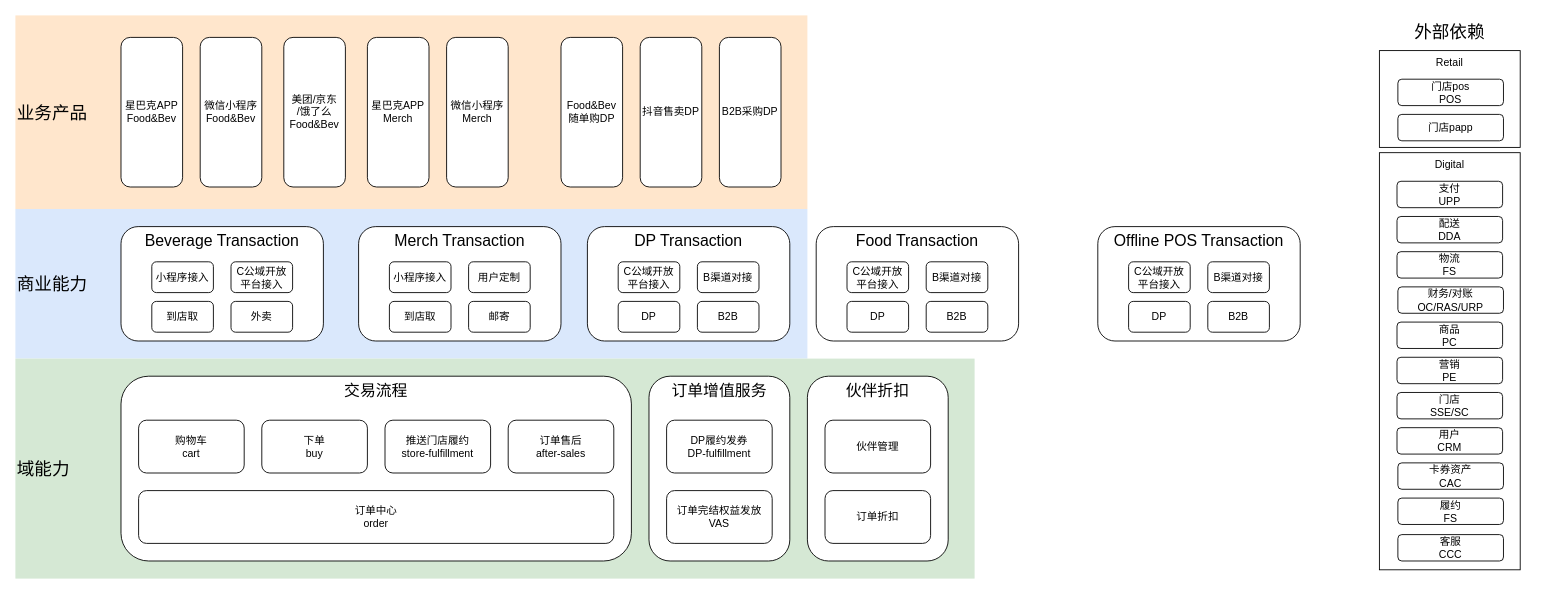
The draw.io diagram page "目标技术架构" (2 of 4) of OMS2.0业务架构.drawio in alexzhang2015/PC2.0, before the edit. Source tidied: cells renumbered, new cells numbered last; positions are measured from the earlier drawing's top-left corner, leaving out a move shared by most shapes. Both pictures are drawn from the tidied source at 88%, with x=0, y=0 at pixel (15, 15).
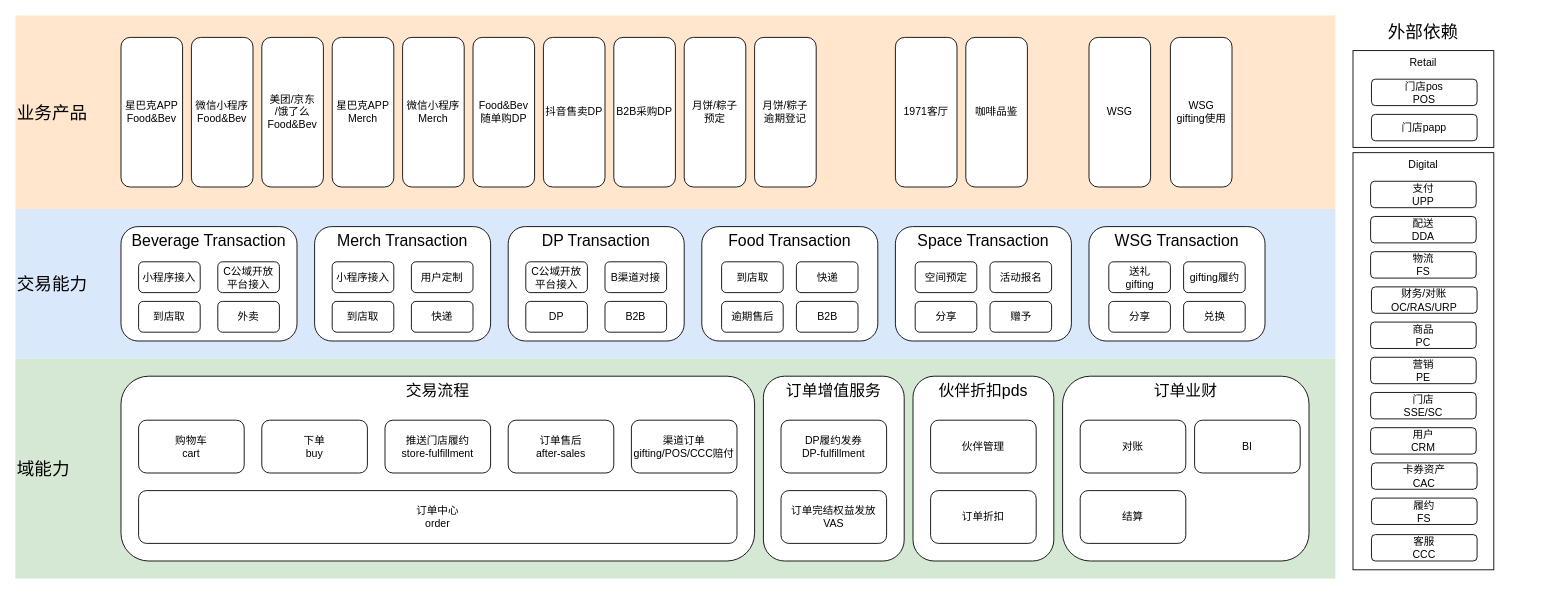
After the change.

Commit message:
更新OMS2.0业务架构.drawio

What changed in the source:
```diff
@@
     <mxCell id="2" value="外部依赖" style="rounded=0;whiteSpace=wrap;html=1;align=center;fontSize=20;verticalAlign=top;strokeColor=none;" parent="1" vertex="1">
-      <mxGeometry x="1530" width="200" height="640" as="geometry" />
+      <mxGeometry x="1500" width="200" height="640" as="geometry" />
     </mxCell>
     <mxCell id="3" value="Digital" style="rounded=0;whiteSpace=wrap;html=1;verticalAlign=top;" parent="1" vertex="1">
-      <mxGeometry x="1550" y="156" width="160" height="474" as="geometry" />
+      <mxGeometry x="1520" y="156" width="160" height="474" as="geometry" />
     </mxCell>
     <mxCell id="4" value="业务产品" style="rounded=0;whiteSpace=wrap;html=1;align=left;strokeColor=none;fillColor=#ffe6cc;fontSize=20;" parent="1" vertex="1">
-      <mxGeometry width="900" height="220" as="geometry" />
+      <mxGeometry width="1500" height="220" as="geometry" />
     </mxCell>
-    <mxCell id="5" value="商业能力" style="rounded=0;whiteSpace=wrap;html=1;align=left;strokeColor=none;fillColor=#dae8fc;fontSize=20;" parent="1" vertex="1">
-      <mxGeometry y="220" width="900" height="170" as="geometry" />
+    <mxCell id="5" value="交易能力" style="rounded=0;whiteSpace=wrap;html=1;align=left;strokeColor=none;fillColor=#dae8fc;fontSize=20;" parent="1" vertex="1">
+      <mxGeometry y="220" width="1500" height="170" as="geometry" />
     </mxCell>
     <mxCell id="6" value="域能力" style="rounded=0;whiteSpace=wrap;html=1;align=left;strokeColor=none;fillColor=#d5e8d4;fontSize=20;" parent="1" vertex="1">
-      <mxGeometry y="390" width="1090" height="250" as="geometry" />
+      <mxGeometry y="390" width="1500" height="250" as="geometry" />
     </mxCell>
     <mxCell id="7" value="&lt;font style=&quot;font-size: 18px;&quot;&gt;交易流程&lt;/font&gt;" style="rounded=1;whiteSpace=wrap;html=1;verticalAlign=top;" parent="1" vertex="1">
-      <mxGeometry x="120" y="410" width="580" height="210" as="geometry" />
+      <mxGeometry x="120" y="410" width="720" height="210" as="geometry" />
     </mxCell>
@@
     <mxCell id="11" value="&lt;font style=&quot;font-size: 18px;&quot;&gt;订单增值服务&lt;/font&gt;" style="rounded=1;whiteSpace=wrap;html=1;verticalAlign=top;" parent="1" vertex="1">
-      <mxGeometry x="720" y="410" width="160" height="210" as="geometry" />
+      <mxGeometry x="850" y="410" width="160" height="210" as="geometry" />
     </mxCell>
@@
     <mxCell id="13" value="订单中心&lt;div&gt;order&lt;/div&gt;" style="rounded=1;whiteSpace=wrap;html=1;" parent="1" vertex="1">
-      <mxGeometry x="140" y="540" width="540" height="60" as="geometry" />
+      <mxGeometry x="140" y="540" width="680" height="60" as="geometry" />
     </mxCell>
     <mxCell id="14" value="DP Transaction" style="rounded=1;whiteSpace=wrap;html=1;verticalAlign=top;fontSize=18;" parent="1" vertex="1">
-      <mxGeometry x="650" y="240" width="230" height="130" as="geometry" />
+      <mxGeometry x="560" y="240" width="200" height="130" as="geometry" />
     </mxCell>
     <mxCell id="15" value="&lt;div&gt;订单完结权益发放&lt;/div&gt;&lt;div&gt;VAS&lt;/div&gt;" style="rounded=1;whiteSpace=wrap;html=1;" parent="1" vertex="1">
-      <mxGeometry x="740" y="540" width="120" height="60" as="geometry" />
+      <mxGeometry x="870" y="540" width="120" height="60" as="geometry" />
     </mxCell>
     <mxCell id="16" value="DP履约发券&lt;div&gt;DP-fulfillment&lt;/div&gt;" style="rounded=1;whiteSpace=wrap;html=1;" parent="1" vertex="1">
-      <mxGeometry x="740" y="460" width="120" height="60" as="geometry" />
+      <mxGeometry x="870" y="460" width="120" height="60" as="geometry" />
     </mxCell>
     <mxCell id="17" value="Merch Transaction" style="rounded=1;whiteSpace=wrap;html=1;verticalAlign=top;fontSize=18;" parent="1" vertex="1">
-      <mxGeometry x="390" y="240" width="230" height="130" as="geometry" />
+      <mxGeometry x="340" y="240" width="200" height="130" as="geometry" />
     </mxCell>
     <mxCell id="18" value="&lt;font style=&quot;font-size: 18px;&quot;&gt;Beverage Transaction&lt;/font&gt;" style="rounded=1;whiteSpace=wrap;html=1;verticalAlign=top;" parent="1" vertex="1">
-      <mxGeometry x="120" y="240" width="230" height="130" as="geometry" />
+      <mxGeometry x="120" y="240" width="200" height="130" as="geometry" />
     </mxCell>
@@
     <mxCell id="20" value="微信小程序&lt;div&gt;Food&amp;amp;Bev&lt;/div&gt;" style="rounded=1;whiteSpace=wrap;html=1;" parent="1" vertex="1">
-      <mxGeometry x="210" y="25" width="70" height="170" as="geometry" />
+      <mxGeometry x="200" y="25" width="70" height="170" as="geometry" />
     </mxCell>
     <mxCell id="21" value="美团/京东&lt;div&gt;/&lt;span style=&quot;background-color: initial;&quot;&gt;饿了么&lt;/span&gt;&lt;div&gt;Food&amp;amp;Bev&lt;/div&gt;&lt;/div&gt;" style="rounded=1;whiteSpace=wrap;html=1;" parent="1" vertex="1">
-      <mxGeometry x="305" y="25" width="70" height="170" as="geometry" />
+      <mxGeometry x="280" y="25" width="70" height="170" as="geometry" />
     </mxCell>
     <mxCell id="22" value="星巴克APP&lt;div&gt;Merch&lt;/div&gt;" style="rounded=1;whiteSpace=wrap;html=1;" parent="1" vertex="1">
-      <mxGeometry x="400" y="25" width="70" height="170" as="geometry" />
+      <mxGeometry x="360" y="25" width="70" height="170" as="geometry" />
     </mxCell>
     <mxCell id="23" value="小程序接入" style="rounded=1;whiteSpace=wrap;html=1;" parent="1" vertex="1">
-      <mxGeometry x="155" y="280" width="70" height="35" as="geometry" />
+      <mxGeometry x="140" y="280" width="70" height="35" as="geometry" />
     </mxCell>
     <mxCell id="24" value="到店取" style="rounded=1;whiteSpace=wrap;html=1;" parent="1" vertex="1">
-      <mxGeometry x="155" y="325" width="70" height="35" as="geometry" />
+      <mxGeometry x="140" y="325" width="70" height="35" as="geometry" />
     </mxCell>
     <mxCell id="25" value="C公域开放平台接入" style="rounded=1;whiteSpace=wrap;html=1;" parent="1" vertex="1">
-      <mxGeometry x="245" y="280" width="70" height="35" as="geometry" />
+      <mxGeometry x="230" y="280" width="70" height="35" as="geometry" />
     </mxCell>
     <mxCell id="26" value="外卖" style="rounded=1;whiteSpace=wrap;html=1;" parent="1" vertex="1">
-      <mxGeometry x="245" y="325" width="70" height="35" as="geometry" />
+      <mxGeometry x="230" y="325" width="70" height="35" as="geometry" />
     </mxCell>
     <mxCell id="27" value="小程序接入" style="rounded=1;whiteSpace=wrap;html=1;" parent="1" vertex="1">
-      <mxGeometry x="425" y="280" width="70" height="35" as="geometry" />
+      <mxGeometry x="360" y="280" width="70" height="35" as="geometry" />
     </mxCell>
     <mxCell id="28" value="到店取" style="rounded=1;whiteSpace=wrap;html=1;" parent="1" vertex="1">
-      <mxGeometry x="425" y="325" width="70" height="35" as="geometry" />
+      <mxGeometry x="360" y="325" width="70" height="35" as="geometry" />
     </mxCell>
     <mxCell id="29" value="用户定制" style="rounded=1;whiteSpace=wrap;html=1;" parent="1" vertex="1">
-      <mxGeometry x="515" y="280" width="70" height="35" as="geometry" />
+      <mxGeometry x="450" y="280" width="70" height="35" as="geometry" />
     </mxCell>
-    <mxCell id="30" value="邮寄" style="rounded=1;whiteSpace=wrap;html=1;" parent="1" vertex="1">
-      <mxGeometry x="515" y="325" width="70" height="35" as="geometry" />
+    <mxCell id="30" value="快递" style="rounded=1;whiteSpace=wrap;html=1;" parent="1" vertex="1">
+      <mxGeometry x="450" y="325" width="70" height="35" as="geometry" />
     </mxCell>
     <mxCell id="31" value="C公域开放平台接入" style="rounded=1;whiteSpace=wrap;html=1;" parent="1" vertex="1">
-      <mxGeometry x="685" y="280" width="70" height="35" as="geometry" />
+      <mxGeometry x="580" y="280" width="70" height="35" as="geometry" />
     </mxCell>
     <mxCell id="32" value="B渠道对接" style="rounded=1;whiteSpace=wrap;html=1;" parent="1" vertex="1">
-      <mxGeometry x="775" y="280" width="70" height="35" as="geometry" />
+      <mxGeometry x="670" y="280" width="70" height="35" as="geometry" />
     </mxCell>
     <mxCell id="33" value="DP" style="rounded=1;whiteSpace=wrap;html=1;" parent="1" vertex="1">
-      <mxGeometry x="685" y="325" width="70" height="35" as="geometry" />
+      <mxGeometry x="580" y="325" width="70" height="35" as="geometry" />
     </mxCell>
     <mxCell id="34" value="B2B" style="rounded=1;whiteSpace=wrap;html=1;" parent="1" vertex="1">
-      <mxGeometry x="775" y="325" width="70" height="35" as="geometry" />
+      <mxGeometry x="670" y="325" width="70" height="35" as="geometry" />
     </mxCell>
     <mxCell id="35" value="微信小程序&lt;div&gt;Merch&lt;/div&gt;" style="rounded=1;whiteSpace=wrap;html=1;" parent="1" vertex="1">
-      <mxGeometry x="490" y="25" width="70" height="170" as="geometry" />
+      <mxGeometry x="440" y="25" width="70" height="170" as="geometry" />
     </mxCell>
     <mxCell id="36" value="Food&amp;amp;Bev随单购DP" style="rounded=1;whiteSpace=wrap;html=1;" parent="1" vertex="1">
-      <mxGeometry x="620" y="25" width="70" height="170" as="geometry" />
+      <mxGeometry x="520" y="25" width="70" height="170" as="geometry" />
     </mxCell>
     <mxCell id="37" value="抖音售卖DP" style="rounded=1;whiteSpace=wrap;html=1;" parent="1" vertex="1">
-      <mxGeometry x="710" y="25" width="70" height="170" as="geometry" />
+      <mxGeometry x="600" y="25" width="70" height="170" as="geometry" />
     </mxCell>
     <mxCell id="38" value="B2B采购DP" style="rounded=1;whiteSpace=wrap;html=1;" parent="1" vertex="1">
-      <mxGeometry x="800" y="25" width="70" height="170" as="geometry" />
+      <mxGeometry x="680" y="25" width="70" height="170" as="geometry" />
     </mxCell>
     <mxCell id="39" value="支付&lt;div&gt;UPP&lt;/div&gt;" style="rounded=1;whiteSpace=wrap;html=1;" parent="1" vertex="1">
-      <mxGeometry x="1570" y="188.5" width="120" height="30" as="geometry" />
+      <mxGeometry x="1540" y="188.5" width="120" height="30" as="geometry" />
     </mxCell>
     <mxCell id="40" value="配送&lt;div&gt;DDA&lt;/div&gt;" style="rounded=1;whiteSpace=wrap;html=1;" parent="1" vertex="1">
-      <mxGeometry x="1570" y="228.5" width="120" height="30" as="geometry" />
+      <mxGeometry x="1540" y="228.5" width="120" height="30" as="geometry" />
     </mxCell>
     <mxCell id="41" value="物流&lt;div&gt;FS&lt;/div&gt;" style="rounded=1;whiteSpace=wrap;html=1;" parent="1" vertex="1">
-      <mxGeometry x="1570" y="268.5" width="120" height="30" as="geometry" />
+      <mxGeometry x="1540" y="268.5" width="120" height="30" as="geometry" />
     </mxCell>
     <mxCell id="42" value="财务/对账&lt;div&gt;OC/RAS/URP&lt;/div&gt;" style="rounded=1;whiteSpace=wrap;html=1;" parent="1" vertex="1">
-      <mxGeometry x="1571" y="308.5" width="120" height="30" as="geometry" />
+      <mxGeometry x="1541" y="308.5" width="120" height="30" as="geometry" />
     </mxCell>
     <mxCell id="43" value="商品&lt;div&gt;PC&lt;/div&gt;" style="rounded=1;whiteSpace=wrap;html=1;" parent="1" vertex="1">
-      <mxGeometry x="1570" y="348.5" width="120" height="30" as="geometry" />
+      <mxGeometry x="1540" y="348.5" width="120" height="30" as="geometry" />
     </mxCell>
     <mxCell id="44" value="营销&lt;div&gt;PE&lt;/div&gt;" style="rounded=1;whiteSpace=wrap;html=1;" parent="1" vertex="1">
-      <mxGeometry x="1570" y="388.5" width="120" height="30" as="geometry" />
+      <mxGeometry x="1540" y="388.5" width="120" height="30" as="geometry" />
     </mxCell>
     <mxCell id="45" value="门店&lt;div&gt;SSE/SC&lt;/div&gt;" style="rounded=1;whiteSpace=wrap;html=1;" parent="1" vertex="1">
-      <mxGeometry x="1570" y="428.5" width="120" height="30" as="geometry" />
+      <mxGeometry x="1540" y="428.5" width="120" height="30" as="geometry" />
     </mxCell>
     <mxCell id="46" value="用户&lt;div&gt;CRM&lt;/div&gt;" style="rounded=1;whiteSpace=wrap;html=1;" parent="1" vertex="1">
-      <mxGeometry x="1570" y="468.5" width="120" height="30" as="geometry" />
+      <mxGeometry x="1540" y="468.5" width="120" height="30" as="geometry" />
     </mxCell>
     <mxCell id="47" value="卡券资产&lt;div&gt;CAC&lt;/div&gt;" style="rounded=1;whiteSpace=wrap;html=1;" parent="1" vertex="1">
-      <mxGeometry x="1571" y="508.5" width="120" height="30" as="geometry" />
+      <mxGeometry x="1541" y="508.5" width="120" height="30" as="geometry" />
     </mxCell>
     <mxCell id="48" value="履约&lt;div&gt;FS&lt;/div&gt;" style="rounded=1;whiteSpace=wrap;html=1;" parent="1" vertex="1">
-      <mxGeometry x="1571" y="548.5" width="120" height="30" as="geometry" />
+      <mxGeometry x="1541" y="548.5" width="120" height="30" as="geometry" />
     </mxCell>
     <mxCell id="49" value="Retail" style="rounded=0;whiteSpace=wrap;html=1;verticalAlign=top;" parent="1" vertex="1">
-      <mxGeometry x="1550" y="40" width="160" height="110" as="geometry" />
+      <mxGeometry x="1520" y="40" width="160" height="110" as="geometry" />
     </mxCell>
     <mxCell id="50" value="&lt;div&gt;门店pos&lt;/div&gt;&lt;div&gt;POS&lt;/div&gt;" style="rounded=1;whiteSpace=wrap;html=1;" parent="1" vertex="1">
-      <mxGeometry x="1571" y="72.5" width="120" height="30" as="geometry" />
+      <mxGeometry x="1541" y="72.5" width="120" height="30" as="geometry" />
     </mxCell>
     <mxCell id="51" value="&lt;div&gt;门店papp&lt;/div&gt;" style="rounded=1;whiteSpace=wrap;html=1;" parent="1" vertex="1">
-      <mxGeometry x="1571" y="112.5" width="120" height="30" as="geometry" />
+      <mxGeometry x="1541" y="112.5" width="120" height="30" as="geometry" />
     </mxCell>
     <mxCell id="52" value="客服&lt;div&gt;CCC&lt;/div&gt;" style="rounded=1;whiteSpace=wrap;html=1;" parent="1" vertex="1">
-      <mxGeometry x="1571" y="590" width="120" height="30" as="geometry" />
+      <mxGeometry x="1541" y="590" width="120" height="30" as="geometry" />
     </mxCell>
-    <mxCell id="53" value="&lt;font style=&quot;font-size: 18px;&quot;&gt;伙伴折扣&lt;/font&gt;" style="rounded=1;whiteSpace=wrap;html=1;verticalAlign=top;" parent="1" vertex="1">
-      <mxGeometry x="900" y="410" width="160" height="210" as="geometry" />
+    <mxCell id="53" value="&lt;font style=&quot;font-size: 18px;&quot;&gt;伙伴折扣&lt;/font&gt;&lt;span style=&quot;font-size: 18px; background-color: initial;&quot;&gt;pds&lt;/span&gt;" style="rounded=1;whiteSpace=wrap;html=1;verticalAlign=top;" parent="1" vertex="1">
+      <mxGeometry x="1020" y="410" width="160" height="210" as="geometry" />
     </mxCell>
     <mxCell id="54" value="&lt;div&gt;订单折扣&lt;/div&gt;" style="rounded=1;whiteSpace=wrap;html=1;" parent="1" vertex="1">
-      <mxGeometry x="920" y="540" width="120" height="60" as="geometry" />
+      <mxGeometry x="1040" y="540" width="120" height="60" as="geometry" />
     </mxCell>
     <mxCell id="55" value="伙伴管理" style="rounded=1;whiteSpace=wrap;html=1;" parent="1" vertex="1">
-      <mxGeometry x="920" y="460" width="120" height="60" as="geometry" />
+      <mxGeometry x="1040" y="460" width="120" height="60" as="geometry" />
     </mxCell>
     <mxCell id="56" value="Food Transaction" style="rounded=1;whiteSpace=wrap;html=1;verticalAlign=top;fontSize=18;" parent="1" vertex="1">
-      <mxGeometry x="910" y="240" width="230" height="130" as="geometry" />
+      <mxGeometry x="780" y="240" width="200" height="130" as="geometry" />
     </mxCell>
-    <mxCell id="57" value="C公域开放平台接入" style="rounded=1;whiteSpace=wrap;html=1;" parent="1" vertex="1">
-      <mxGeometry x="945" y="280" width="70" height="35" as="geometry" />
-    </mxCell>
-    <mxCell id="58" value="B渠道对接" style="rounded=1;whiteSpace=wrap;html=1;" parent="1" vertex="1">
-      <mxGeometry x="1035" y="280" width="70" height="35" as="geometry" />
+    <mxCell id="58" value="逾期售后" style="rounded=1;whiteSpace=wrap;html=1;" parent="1" vertex="1">
+      <mxGeometry x="802.5" y="325" width="70" height="35" as="geometry" />
     </mxCell>
-    <mxCell id="59" value="DP" style="rounded=1;whiteSpace=wrap;html=1;" parent="1" vertex="1">
-      <mxGeometry x="945" y="325" width="70" height="35" as="geometry" />
+    <mxCell id="59" value="到店取" style="rounded=1;whiteSpace=wrap;html=1;" parent="1" vertex="1">
+      <mxGeometry x="802.5" y="280" width="70" height="35" as="geometry" />
     </mxCell>
-    <mxCell id="60" value="B2B" style="rounded=1;whiteSpace=wrap;html=1;" parent="1" vertex="1">
-      <mxGeometry x="1035" y="325" width="70" height="35" as="geometry" />
+    <mxCell id="60" value="快递" style="rounded=1;whiteSpace=wrap;html=1;" parent="1" vertex="1">
+      <mxGeometry x="887.5" y="280" width="70" height="35" as="geometry" />
     </mxCell>
-    <mxCell id="61" value="Offline POS Transaction" style="rounded=1;whiteSpace=wrap;html=1;verticalAlign=top;fontSize=18;" parent="1" vertex="1">
-      <mxGeometry x="1230" y="240" width="230" height="130" as="geometry" />
-    </mxCell>
-    <mxCell id="62" value="C公域开放平台接入" style="rounded=1;whiteSpace=wrap;html=1;" parent="1" vertex="1">
-      <mxGeometry x="1265" y="280" width="70" height="35" as="geometry" />
-    </mxCell>
-    <mxCell id="63" value="B渠道对接" style="rounded=1;whiteSpace=wrap;html=1;" parent="1" vertex="1">
-      <mxGeometry x="1355" y="280" width="70" height="35" as="geometry" />
-    </mxCell>
-    <mxCell id="64" value="DP" style="rounded=1;whiteSpace=wrap;html=1;" parent="1" vertex="1">
-      <mxGeometry x="1265" y="325" width="70" height="35" as="geometry" />
-    </mxCell>
+    <mxCell id="66" value="&lt;span style=&quot;font-size: 18px;&quot;&gt;订单业财&lt;/span&gt;" style="rounded=1;whiteSpace=wrap;html=1;verticalAlign=top;" parent="1" vertex="1">
+      <mxGeometry x="1190" y="410" width="280" height="210" as="geometry" />
+    </mxCell>
+    <mxCell id="67" value="&lt;div&gt;结算&lt;/div&gt;" style="rounded=1;whiteSpace=wrap;html=1;" parent="1" vertex="1">
+      <mxGeometry x="1210" y="540" width="120" height="60" as="geometry" />
+    </mxCell>
+    <mxCell id="68" value="对账" style="rounded=1;whiteSpace=wrap;html=1;" parent="1" vertex="1">
+      <mxGeometry x="1210" y="460" width="120" height="60" as="geometry" />
+    </mxCell>
     <mxCell id="65" value="B2B" style="rounded=1;whiteSpace=wrap;html=1;" parent="1" vertex="1">
-      <mxGeometry x="1355" y="325" width="70" height="35" as="geometry" />
+      <mxGeometry x="887.5" y="325" width="70" height="35" as="geometry" />
     </mxCell>
+    <mxCell id="69" value="Space Transaction" style="rounded=1;whiteSpace=wrap;html=1;verticalAlign=top;fontSize=18;" parent="1" vertex="1">
+      <mxGeometry x="1000" y="240" width="200" height="130" as="geometry" />
+    </mxCell>
+    <mxCell id="70" value="空间预定" style="rounded=1;whiteSpace=wrap;html=1;" parent="1" vertex="1">
+      <mxGeometry x="1022.5" y="280" width="70" height="35" as="geometry" />
+    </mxCell>
+    <mxCell id="71" value="活动报名" style="rounded=1;whiteSpace=wrap;html=1;" parent="1" vertex="1">
+      <mxGeometry x="1107.5" y="280" width="70" height="35" as="geometry" />
+    </mxCell>
+    <mxCell id="72" value="月饼/粽子&lt;div&gt;预定&lt;/div&gt;" style="rounded=1;whiteSpace=wrap;html=1;" parent="1" vertex="1">
+      <mxGeometry x="760" y="25" width="70" height="170" as="geometry" />
+    </mxCell>
+    <mxCell id="73" value="月饼/粽子&lt;div&gt;逾期登记&lt;/div&gt;" style="rounded=1;whiteSpace=wrap;html=1;" parent="1" vertex="1">
+      <mxGeometry x="840" y="25" width="70" height="170" as="geometry" />
+    </mxCell>
+    <mxCell id="74" value="1971客厅" style="rounded=1;whiteSpace=wrap;html=1;" parent="1" vertex="1">
+      <mxGeometry x="1000" y="25" width="70" height="170" as="geometry" />
+    </mxCell>
+    <mxCell id="75" value="咖啡品鉴" style="rounded=1;whiteSpace=wrap;html=1;" parent="1" vertex="1">
+      <mxGeometry x="1080" y="25" width="70" height="170" as="geometry" />
+    </mxCell>
+    <mxCell id="76" value="WSG Transaction" style="rounded=1;whiteSpace=wrap;html=1;verticalAlign=top;fontSize=18;" parent="1" vertex="1">
+      <mxGeometry x="1220" y="240" width="200" height="130" as="geometry" />
+    </mxCell>
+    <mxCell id="77" value="送礼&lt;div&gt;gifting&lt;/div&gt;" style="rounded=1;whiteSpace=wrap;html=1;" parent="1" vertex="1">
+      <mxGeometry x="1242.5" y="280" width="70" height="35" as="geometry" />
+    </mxCell>
+    <mxCell id="78" value="gifting履约" style="rounded=1;whiteSpace=wrap;html=1;" parent="1" vertex="1">
+      <mxGeometry x="1327.5" y="280" width="70" height="35" as="geometry" />
+    </mxCell>
+    <mxCell id="79" value="分享" style="rounded=1;whiteSpace=wrap;html=1;" parent="1" vertex="1">
+      <mxGeometry x="1242.5" y="325" width="70" height="35" as="geometry" />
+    </mxCell>
+    <mxCell id="80" value="兑换" style="rounded=1;whiteSpace=wrap;html=1;" parent="1" vertex="1">
+      <mxGeometry x="1327.5" y="325" width="70" height="35" as="geometry" />
+    </mxCell>
+    <mxCell id="81" value="分享" style="rounded=1;whiteSpace=wrap;html=1;" parent="1" vertex="1">
+      <mxGeometry x="1022.5" y="325" width="70" height="35" as="geometry" />
+    </mxCell>
+    <mxCell id="82" value="赠予" style="rounded=1;whiteSpace=wrap;html=1;" parent="1" vertex="1">
+      <mxGeometry x="1107.5" y="325" width="70" height="35" as="geometry" />
+    </mxCell>
+    <mxCell id="83" value="WSG" style="rounded=1;whiteSpace=wrap;html=1;" parent="1" vertex="1">
+      <mxGeometry x="1220" y="25" width="70" height="170" as="geometry" />
+    </mxCell>
+    <mxCell id="84" value="WSG&lt;div&gt;gifting使用&lt;/div&gt;" style="rounded=1;whiteSpace=wrap;html=1;" parent="1" vertex="1">
+      <mxGeometry x="1312.5" y="25" width="70" height="170" as="geometry" />
+    </mxCell>
+    <mxCell id="85" value="渠道订单&lt;div&gt;gifting/POS/CCC赔付&lt;/div&gt;" style="rounded=1;whiteSpace=wrap;html=1;" parent="1" vertex="1">
+      <mxGeometry x="700" y="460" width="120" height="60" as="geometry" />
+    </mxCell>
+    <mxCell id="86" value="BI" style="rounded=1;whiteSpace=wrap;html=1;" parent="1" vertex="1">
+      <mxGeometry x="1340" y="460" width="120" height="60" as="geometry" />
+    </mxCell>
```
